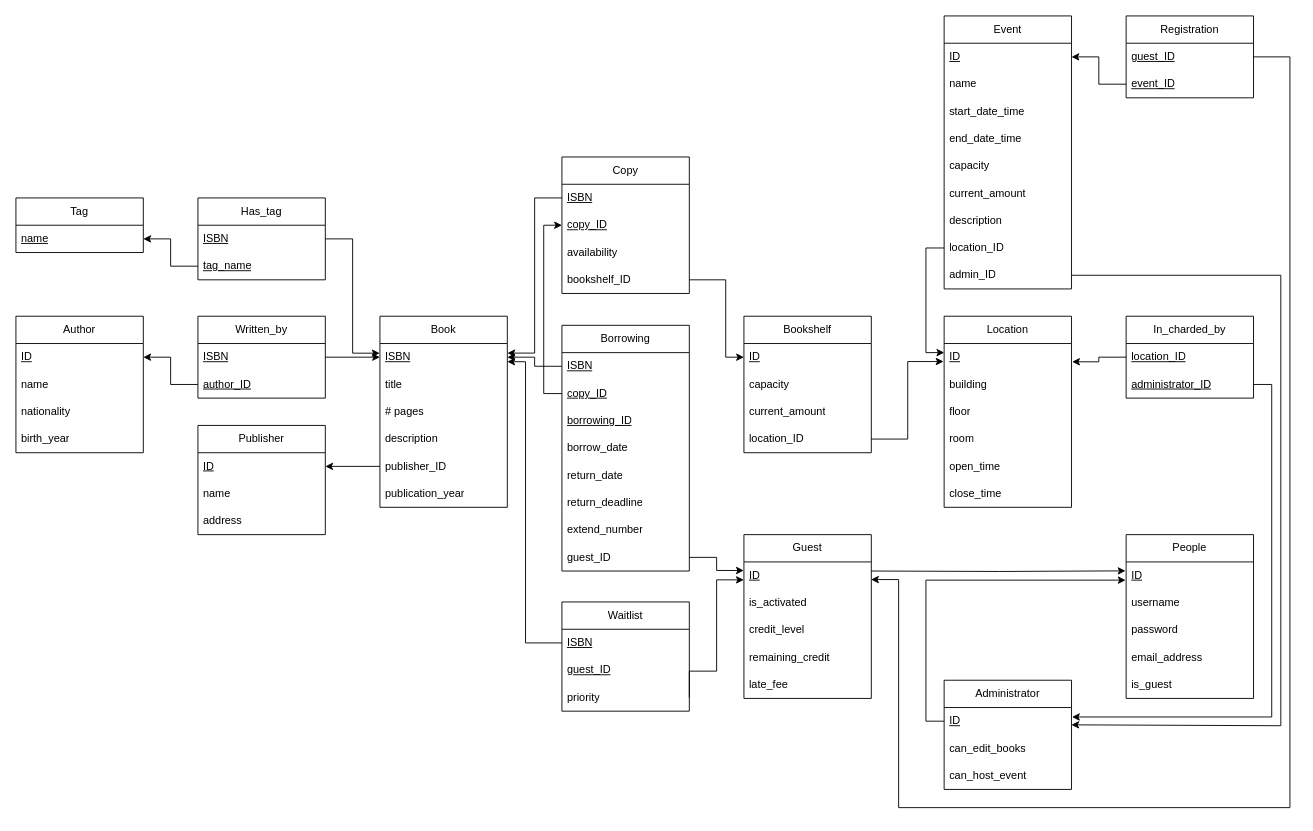
The draw.io diagram schema/relational_model/Relational Model Diagram.drawio in Kassaking7/eLibraryManagementSystem, before the edit. Source tidied: cells renumbered, new cells numbered last; positions are measured from the earlier drawing's top-left corner, leaving out a move shared by most shapes. Both pictures are drawn from the tidied source at 91%, with x=0, y=0 at pixel (15, 15).
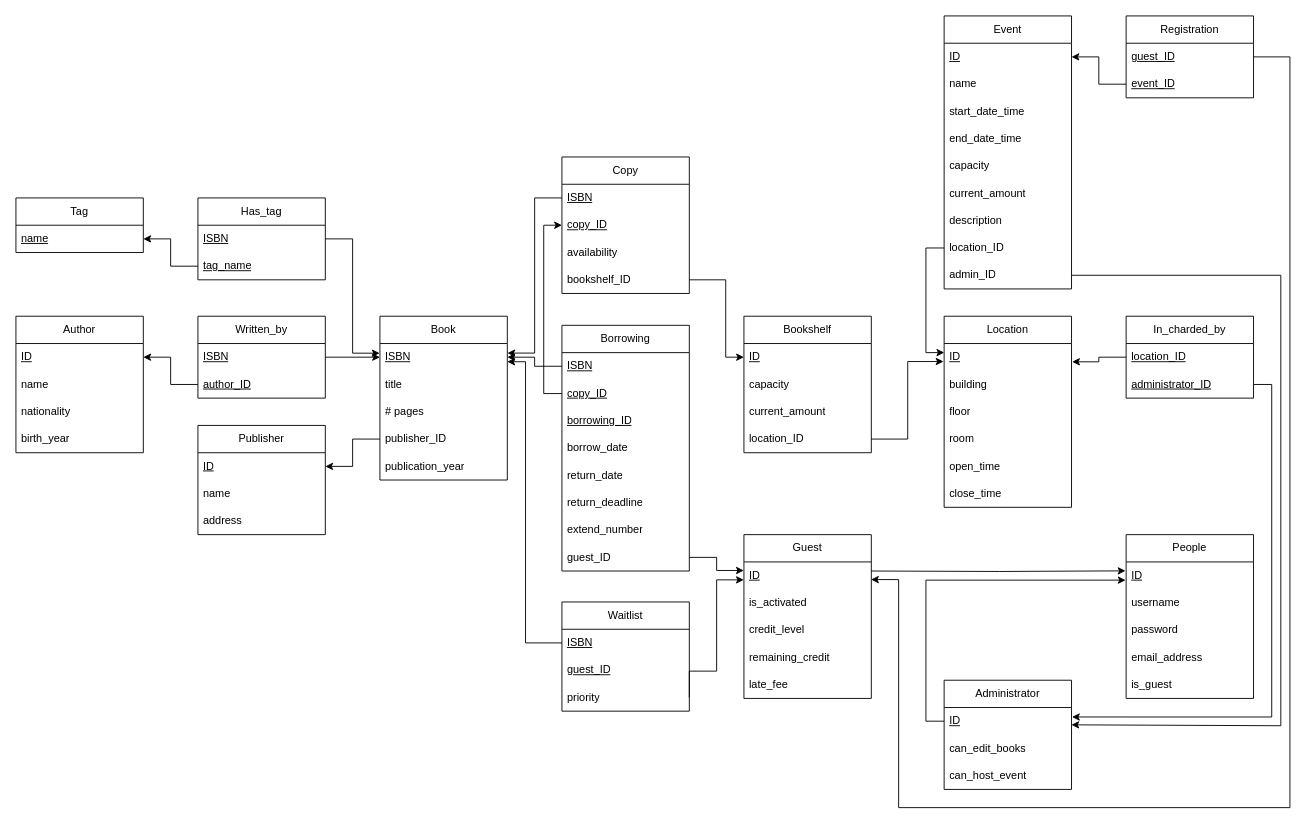
The same diagram, later.

The change refers to these unchanged cells:
```xml
<mxCell id="32" value="&lt;u&gt;ID&lt;/u&gt;" style="text;strokeColor=none;fillColor=none;align=left;verticalAlign=middle;spacingLeft=4;spacingRight=4;overflow=hidden;points=[[0,0.5],[1,0.5]];portConstraint=eastwest;whiteSpace=wrap;html=1;" parent="31" vertex="1">
  <mxGeometry y="30" width="140" height="30" as="geometry" />
</mxCell>
```

Change to the diagram source:
```diff
@@
     <mxCell id="2" value="Book" style="swimlane;fontStyle=0;horizontal=1;startSize=30;whiteSpace=wrap;html=1;" parent="1" vertex="1">
-      <mxGeometry x="400" y="330" width="140" height="210" as="geometry" />
+      <mxGeometry x="400" y="330" width="140" height="180" as="geometry" />
     </mxCell>
@@
-    <mxCell id="6" value="description" style="text;strokeColor=none;fillColor=none;align=left;verticalAlign=middle;spacingLeft=4;spacingRight=4;overflow=hidden;whiteSpace=wrap;html=1;" parent="2" vertex="1">
-      <mxGeometry y="120" width="140" height="30" as="geometry" />
-    </mxCell>
     <mxCell id="7" value="publisher_ID" style="text;strokeColor=none;fillColor=none;align=left;verticalAlign=middle;spacingLeft=4;spacingRight=4;overflow=hidden;points=[[0,0.5],[1,0.5]];portConstraint=eastwest;whiteSpace=wrap;html=1;" parent="2" vertex="1">
-      <mxGeometry y="150" width="140" height="30" as="geometry" />
+      <mxGeometry y="120" width="140" height="30" as="geometry" />
     </mxCell>
     <mxCell id="8" value="publication_year" style="text;strokeColor=none;fillColor=none;align=left;verticalAlign=middle;spacingLeft=4;spacingRight=4;overflow=hidden;whiteSpace=wrap;html=1;" parent="2" vertex="1">
-      <mxGeometry y="180" width="140" height="30" as="geometry" />
+      <mxGeometry y="150" width="140" height="30" as="geometry" />
     </mxCell>
@@
-    <mxCell id="107" style="html=1;exitX=0;exitY=0.5;exitDx=0;exitDy=0;entryX=1;entryY=0.5;entryDx=0;entryDy=0;" parent="1" edge="1" source="7" target="32">
+    <mxCell id="107" style="html=1;exitX=0;exitY=0.5;exitDx=0;exitDy=0;entryX=1;entryY=0.5;entryDx=0;entryDy=0;edgeStyle=orthogonalEdgeStyle;rounded=0;" parent="1" edge="1" source="7" target="32">
       <mxGeometry relative="1" as="geometry" />
     </mxCell>
```
